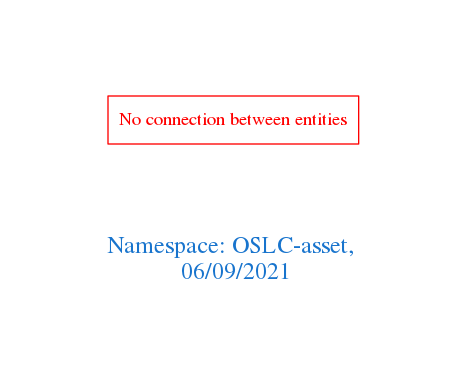
This is downloads/OSLC-asset.png from arago/OGIT, a Graphviz export, as it was before one commit. Its source is kept beside it as downloads/OSLC-asset.dot.
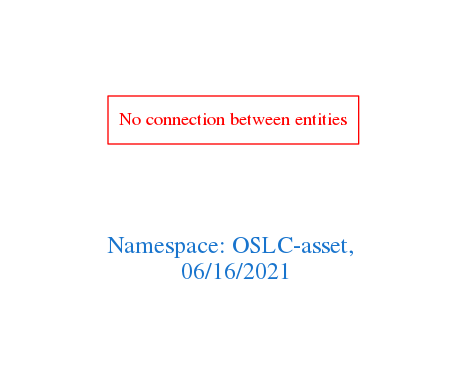
The same diagram one commit later.

Change to the diagram source:
```diff
@@ -1,7 +1,7 @@
 digraph OGIT_ontology {
  graph [ rankdir= LR,pad=1
 fontsize = 18,
-fontcolor= dodgerblue3,label = "\n\n\nNamespace: OSLC-asset, \n 06/09/2021"];
+fontcolor= dodgerblue3,label = "\n\n\nNamespace: OSLC-asset, \n 06/16/2021"];
 node[shape=polygon];
 edge [  color="gray81"];
 
```
